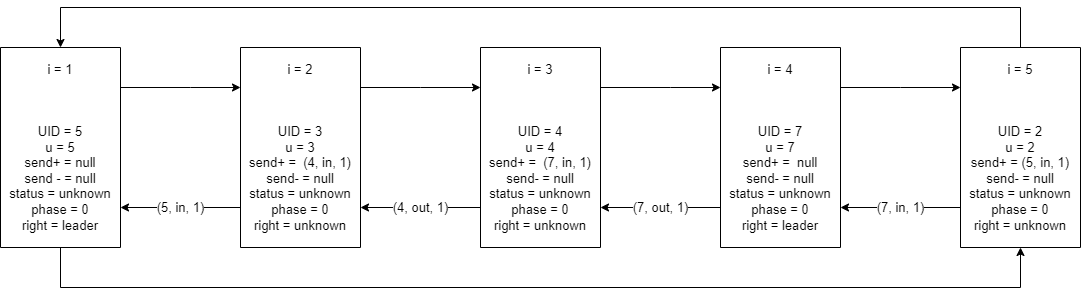
Earlier version of the draw.io export tods/02-tods.drawio.png (h1tlan/tods_first_exercise). Source tidied: cells renumbered, new cells last; positions are measured from the earlier drawing's top-left corner, leaving out a move shared by most shapes.
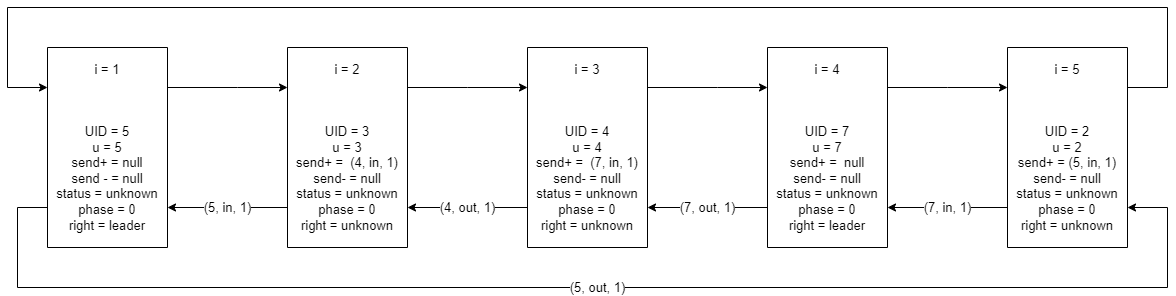
The same file after the commit.

Diff of the diagram source:
```diff
@@ -10,11 +10,13 @@
         </Array>
       </mxGeometry>
     </mxCell>
-    <mxCell id="3" style="edgeStyle=orthogonalEdgeStyle;rounded=0;jettySize=auto;html=1;labelBorderColor=none;fontSize=13;" parent="1" edge="1" source="4" target="16">
+    <mxCell id="3" value="(5, out, 1)" style="edgeStyle=orthogonalEdgeStyle;rounded=0;jettySize=auto;html=1;labelBorderColor=none;fontSize=13;" parent="1" edge="1" source="4" target="16">
       <mxGeometry relative="1" as="geometry">
         <Array as="points">
-          <mxPoint x="60" y="280" />
-          <mxPoint x="1020" y="280" />
+          <mxPoint x="-30" y="200" />
+          <mxPoint x="-30" y="280" />
+          <mxPoint x="1120" y="280" />
+          <mxPoint x="1120" y="200" />
         </Array>
       </mxGeometry>
     </mxCell>
@@ -89,8 +91,10 @@
     <mxCell id="15" style="edgeStyle=orthogonalEdgeStyle;rounded=0;jettySize=auto;html=1;labelBorderColor=none;fontSize=13;" parent="1" edge="1" source="16" target="4">
       <mxGeometry relative="1" as="geometry">
         <Array as="points">
-          <mxPoint x="1020" />
-          <mxPoint x="60" />
+          <mxPoint x="1120" y="80" />
+          <mxPoint x="1120" />
+          <mxPoint x="-40" />
+          <mxPoint x="-40" y="80" />
         </Array>
       </mxGeometry>
     </mxCell>
```
